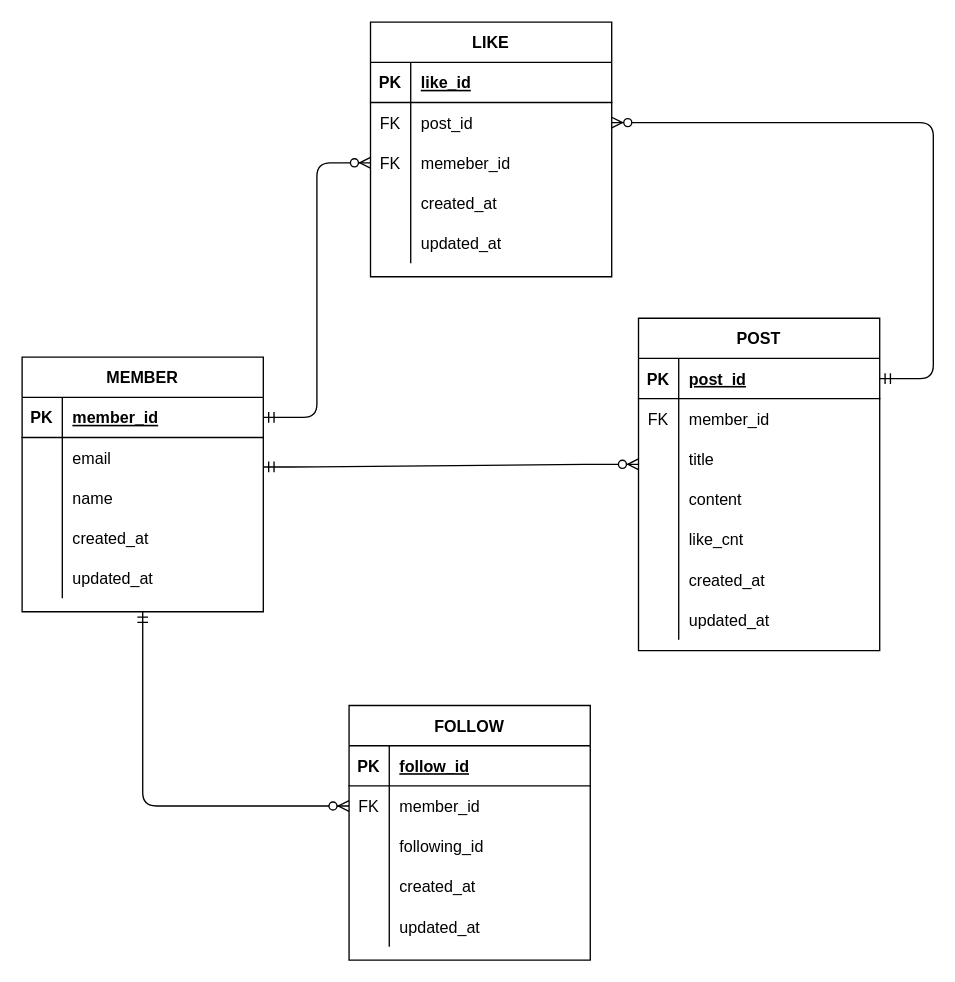
Above: Untitled Diagram.drawio in TAEJUN-OH/tjo7718 (draw.io), before the change. Source tidied: cells renumbered, new cells numbered last; positions are measured from the earlier drawing's top-left corner, leaving out a move shared by most shapes. Both pictures are drawn from the tidied source at 134%, with x=0, y=0 at pixel (21, 21).
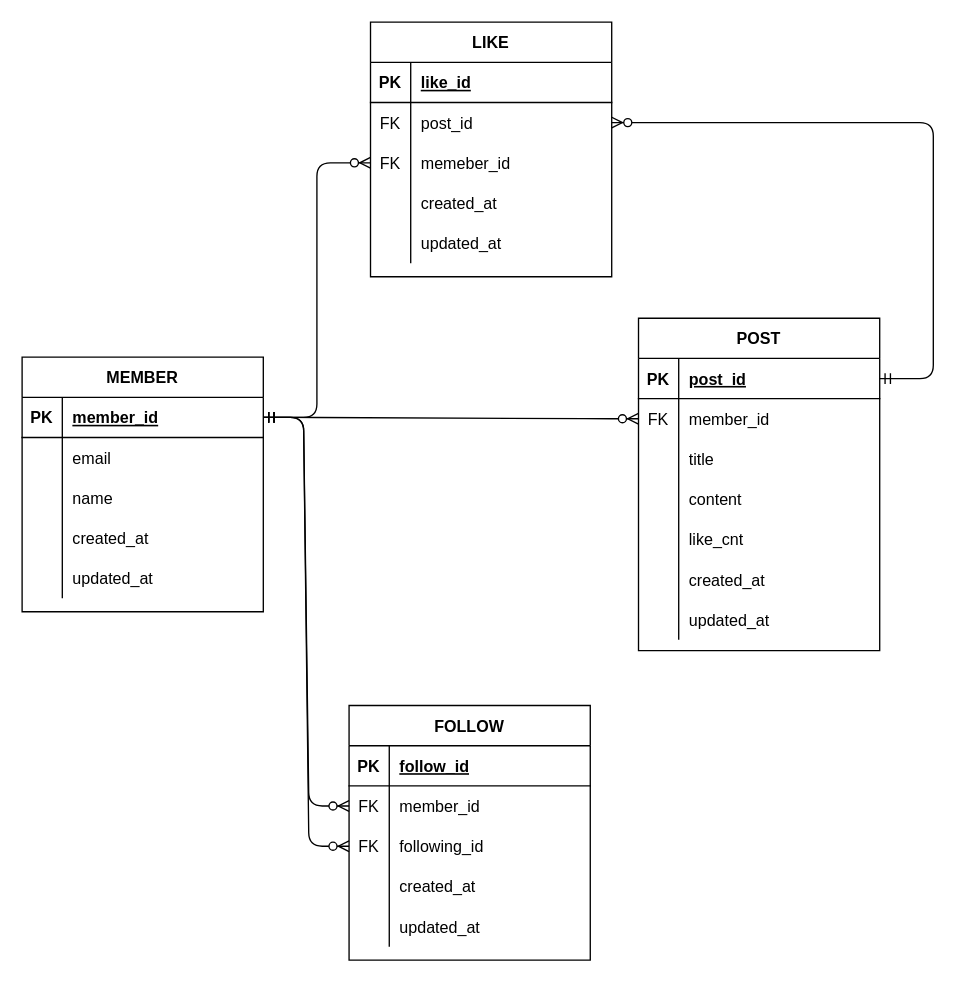
The same diagram, later.

Unchanged cells that the change refers to:
```xml
<mxCell id="2" value="MEMBER" style="shape=table;startSize=30;childLayout=tableLayout;rowLines=0;fontStyle=1;align=center;" parent="1" vertex="1">
  <mxGeometry y="250" width="180" height="190" as="geometry" />
</mxCell>
<mxCell id="3" style="shape=partialRectangle;fillColor=none;top=0;left=0;bottom=1;right=0;points=[[0,0.5],[1,0.5]];portConstraint=eastwest;" parent="2" vertex="1">
  <mxGeometry y="30" width="180" height="30" as="geometry" />
</mxCell>
<mxCell id="6" style="shape=partialRectangle;fillColor=none;top=0;left=0;bottom=0;right=0;points=[[0,0.5],[1,0.5]];portConstraint=eastwest;" parent="2" vertex="1">
  <mxGeometry y="60" width="180" height="30" as="geometry" />
</mxCell>
<mxCell id="22" style="shape=partialRectangle;fillColor=none;top=0;left=0;bottom=0;right=0;points=[[0,0.5],[1,0.5]];portConstraint=eastwest;" parent="18" vertex="1">
  <mxGeometry y="60" width="180" height="30" as="geometry" />
</mxCell>
<mxCell id="60" style="shape=partialRectangle;fillColor=none;top=0;left=0;bottom=0;right=0;points=[[0,0.5],[1,0.5]];portConstraint=eastwest;" parent="56" vertex="1">
  <mxGeometry y="60" width="180" height="30" as="geometry" />
</mxCell>
<mxCell id="63" style="shape=partialRectangle;fillColor=none;top=0;left=0;bottom=0;right=0;points=[[0,0.5],[1,0.5]];portConstraint=eastwest;" parent="56" vertex="1">
  <mxGeometry y="90" width="180" height="30" as="geometry" />
</mxCell>
```

Diff of the diagram source:
```diff
@@
-    <mxCell id="64" style="shape=partialRectangle;fillColor=none;top=0;left=0;bottom=0;right=0;overflow=hidden;" parent="63" vertex="1">
+    <mxCell id="64" value="FK" style="shape=partialRectangle;fillColor=none;top=0;left=0;bottom=0;right=0;overflow=hidden;" parent="63" vertex="1">
       <mxGeometry width="30" height="30" as="geometry" />
     </mxCell>
@@
-    <mxCell id="74" style="edgeStyle=entityRelationEdgeStyle;fontSize=12;html=1;endArrow=ERzeroToMany;startArrow=ERmandOne;strokeColor=#000000;exitX=1;exitY=0.733;exitDx=0;exitDy=0;exitPerimeter=0;" parent="1" edge="1" source="6">
-      <mxGeometry relative="1" as="geometry">
-        <mxPoint x="460" y="330" as="targetPoint" />
-      </mxGeometry>
+    <mxCell id="74" style="edgeStyle=entityRelationEdgeStyle;fontSize=12;html=1;endArrow=ERzeroToMany;startArrow=ERmandOne;strokeColor=#000000;" parent="1" edge="1" source="3" target="22">
+      <mxGeometry relative="1" as="geometry" />
     </mxCell>
-    <mxCell id="75" style="edgeStyle=orthogonalEdgeStyle;fontSize=12;html=1;endArrow=ERzeroToMany;startArrow=ERmandOne;strokeColor=#000000;exitX=0.5;exitY=1;exitDx=0;exitDy=0;entryX=0;entryY=0.5;entryDx=0;entryDy=0;" parent="1" edge="1" source="2" target="60">
-      <mxGeometry relative="1" as="geometry" />
-    </mxCell>
+    <mxCell id="76" style="edgeStyle=entityRelationEdgeStyle;fontSize=12;html=1;endArrow=ERzeroToMany;startArrow=ERmandOne;strokeColor=#000000;" parent="1" edge="1" source="3" target="60">
+      <mxGeometry relative="1" as="geometry" />
+    </mxCell>
+    <mxCell id="77" style="edgeStyle=entityRelationEdgeStyle;fontSize=12;html=1;endArrow=ERzeroToMany;startArrow=ERmandOne;strokeColor=#000000;" parent="1" edge="1" source="3" target="63">
+      <mxGeometry relative="1" as="geometry" />
+    </mxCell>
```
